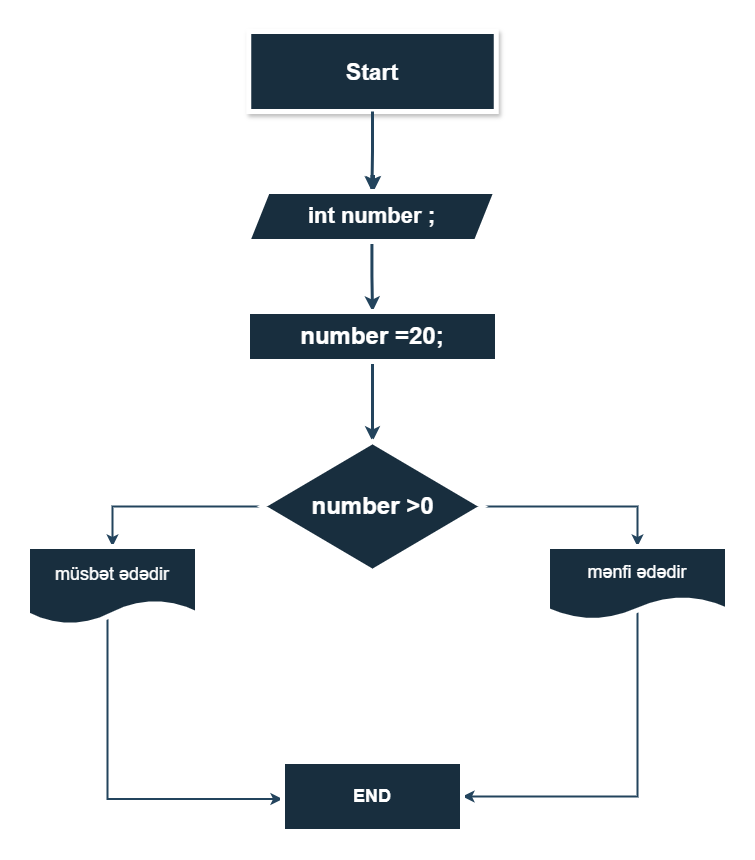
This is İmage/Task_1 image.png from xasiyevsamir/CodeAcademy-Task-2, a draw.io export, as it was before one commit. Source tidied: cells renumbered, new cells last; positions are measured from the earlier drawing's top-left corner, leaving out a move shared by most shapes.
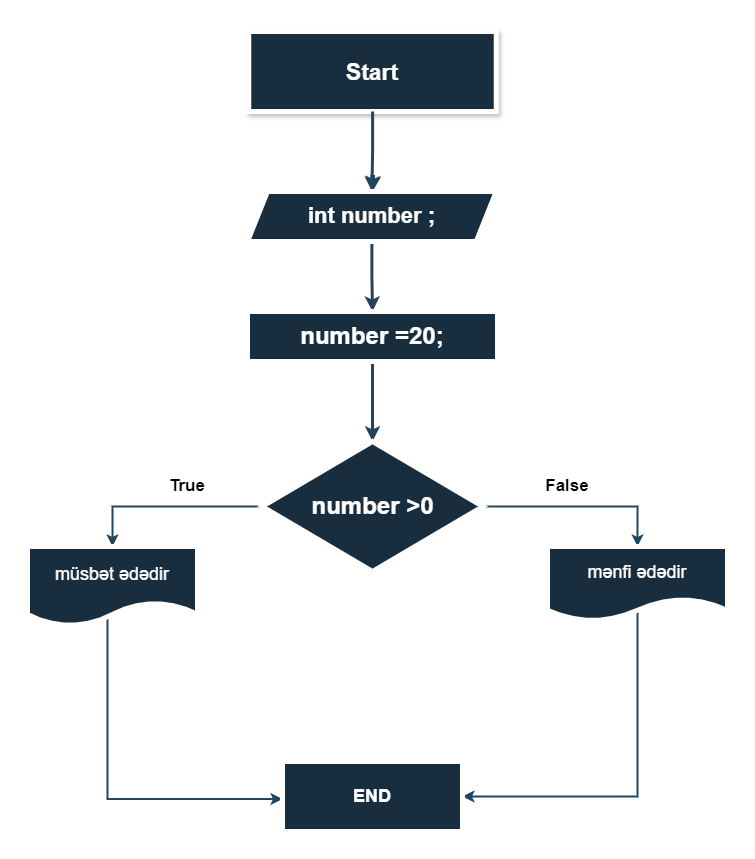
Above is the later version.

What changed in the source:
```diff
@@ -70,5 +70,11 @@
     <mxCell id="18" value="&lt;h2&gt;END&lt;/h2&gt;" style="rounded=0;whiteSpace=wrap;html=1;strokeWidth=5;labelBackgroundColor=none;fillColor=#182E3E;strokeColor=#FFFFFF;fontColor=#FFFFFF;" parent="1" vertex="1">
       <mxGeometry x="255" y="730" width="180" height="70" as="geometry" />
     </mxCell>
+    <mxCell id="19" value="&lt;font size=&quot;1&quot; style=&quot;&quot;&gt;&lt;b style=&quot;font-size: 17px;&quot;&gt;True&lt;/b&gt;&lt;/font&gt;" style="text;html=1;align=center;verticalAlign=middle;whiteSpace=wrap;rounded=0;" parent="1" vertex="1">
+      <mxGeometry x="130" y="440" width="60" height="30" as="geometry" />
+    </mxCell>
+    <mxCell id="20" value="&lt;b&gt;&lt;font style=&quot;font-size: 17px;&quot;&gt;False&lt;/font&gt;&lt;/b&gt;" style="text;html=1;align=center;verticalAlign=middle;whiteSpace=wrap;rounded=0;" parent="1" vertex="1">
+      <mxGeometry x="510" y="440" width="60" height="30" as="geometry" />
+    </mxCell>
   </root>
 </mxGraphModel>
```
